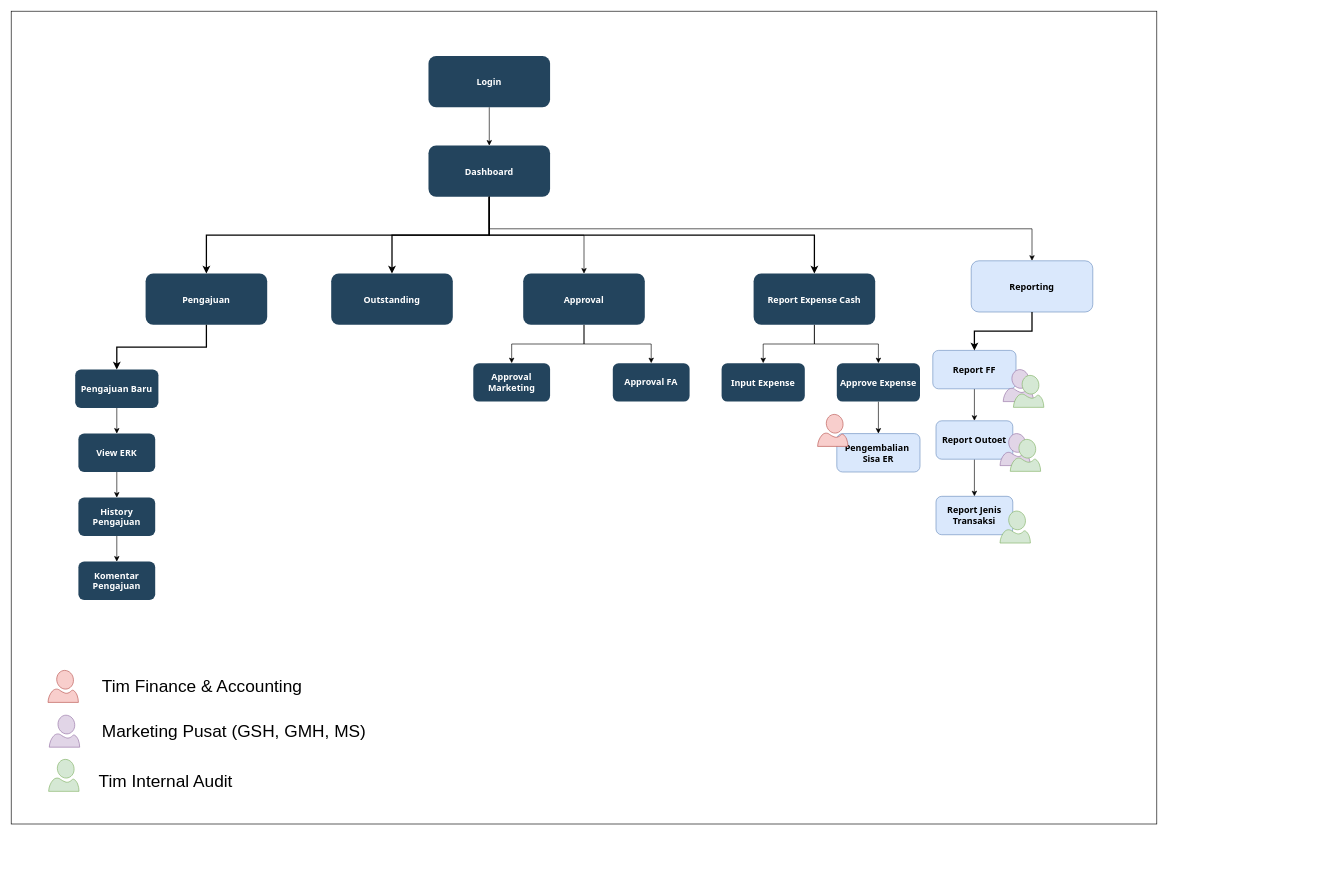
Above: page "Page-3" (3 of 3) of PMS Improvement.drawio in muhamadfarkhan/system-analyst (draw.io), before the change. Source tidied: cells renumbered, new cells numbered last; positions are measured from the earlier drawing's top-left corner, leaving out a move shared by most shapes. Both pictures are drawn from the tidied source at 64%, with x=0, y=0 at pixel (11, 11).
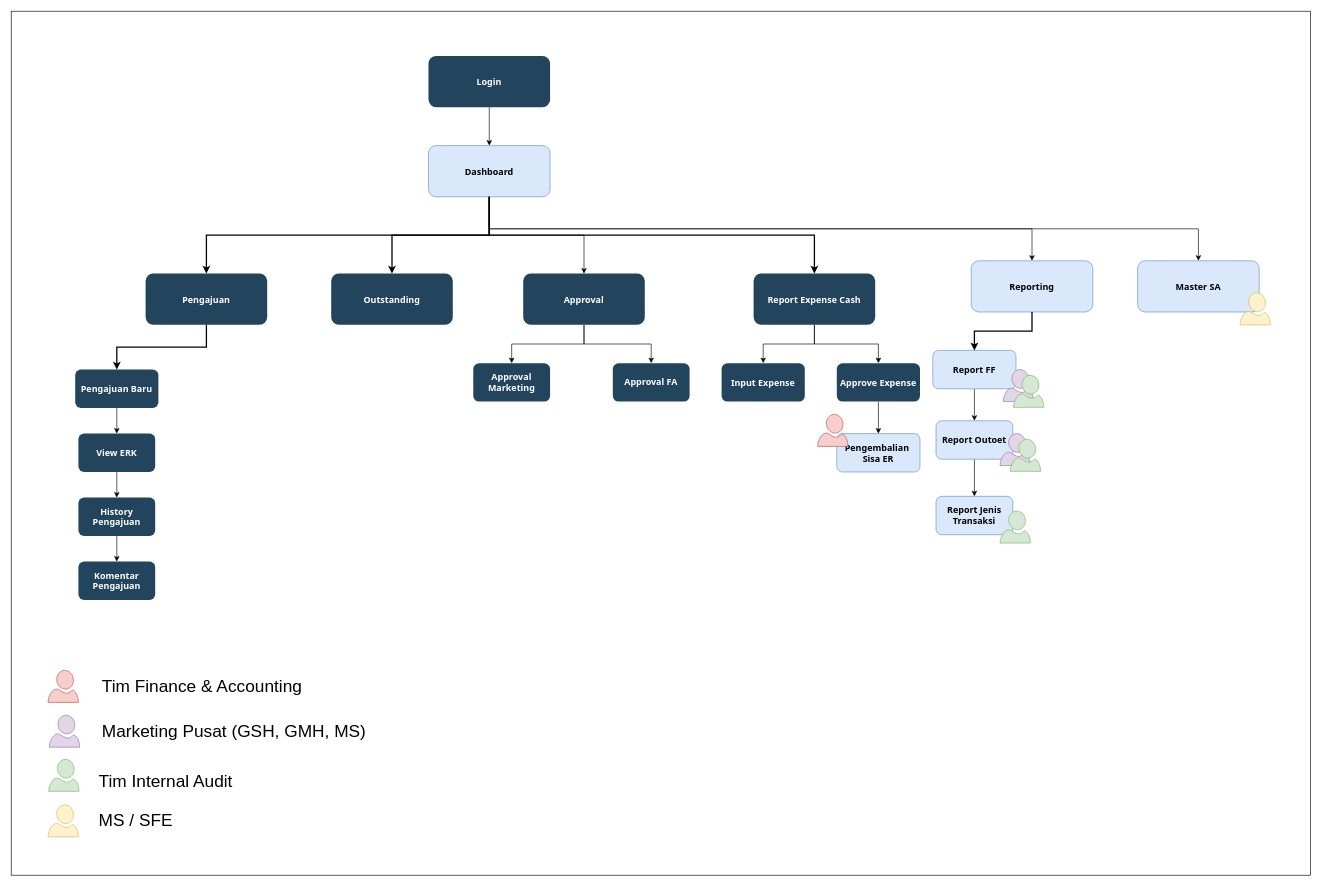
After the change.

Change to the diagram source:
```diff
@@
     <mxCell id="2" style="rounded=0;whiteSpace=wrap;html=1;" parent="1" vertex="1">
-      <mxGeometry width="1790" height="1270" as="geometry" />
+      <mxGeometry width="2030" height="1350" as="geometry" />
     </mxCell>
@@
+    <mxCell id="52" style="edgeStyle=orthogonalEdgeStyle;rounded=0;jettySize=auto;html=1;exitX=0.5;exitY=1;exitDx=0;exitDy=0;" parent="1" edge="1" source="5" target="53">
+      <mxGeometry relative="1" as="geometry" />
+    </mxCell>
-    <mxCell id="5" value="Dashboard" style="rounded=1;fillColor=#23445D;gradientColor=none;strokeColor=none;fontColor=#FFFFFF;fontStyle=1;fontFamily=Tahoma;fontSize=14;" parent="1" vertex="1">
+    <mxCell id="5" value="Dashboard" style="rounded=1;fillColor=#dae8fc;strokeColor=#6c8ebf;fontStyle=1;fontFamily=Tahoma;fontSize=14;" parent="1" vertex="1">
       <mxGeometry x="652" y="210" width="190" height="80" as="geometry" />
     </mxCell>
@@
+    <mxCell id="53" value="Master SA" style="rounded=1;fillColor=#dae8fc;strokeColor=#6c8ebf;fontStyle=1;fontFamily=Tahoma;fontSize=14;" parent="1" vertex="1">
+      <mxGeometry x="1760" y="390" width="190" height="80" as="geometry" />
+    </mxCell>
+    <mxCell id="54" style="verticalLabelPosition=bottom;html=1;verticalAlign=top;align=center;strokeColor=#d6b656;fillColor=#fff2cc;shape=mxgraph.azure.user;" parent="1" vertex="1">
+      <mxGeometry x="57.5" y="1240" width="47.5" height="50" as="geometry" />
+    </mxCell>
+    <mxCell id="55" value="MS / SFE" style="text;html=1;align=left;verticalAlign=middle;whiteSpace=wrap;rounded=0;fontSize=27;" parent="1" vertex="1">
+      <mxGeometry x="135" y="1250" width="365" height="30" as="geometry" />
+    </mxCell>
+    <mxCell id="56" style="verticalLabelPosition=bottom;html=1;verticalAlign=top;align=center;strokeColor=#d6b656;fillColor=#fff2cc;shape=mxgraph.azure.user;" parent="1" vertex="1">
+      <mxGeometry x="1920" y="440" width="47.5" height="50" as="geometry" />
+    </mxCell>
```
